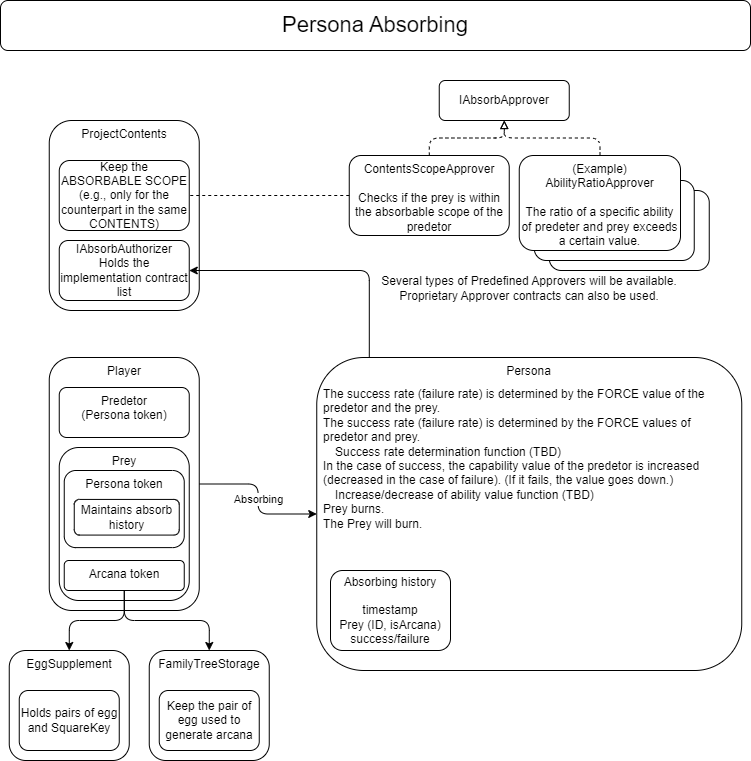
Orange-Code-Project/anicana-docs-en keeps this draw.io diagram as source/img/PERSONA/personaAbsorb.png. Above is the earlier version. Source tidied: cells renumbered, new cells last; positions are measured from the earlier drawing's top-left corner, leaving out a move shared by most shapes.
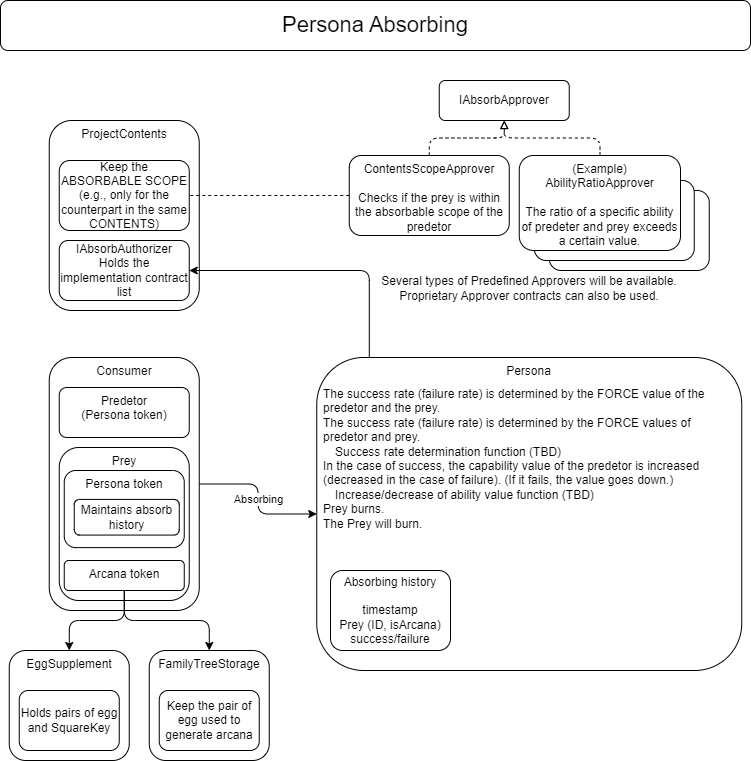
The same diagram one commit later.

Diff of the diagram source:
```diff
@@ -11,7 +11,7 @@
     <mxCell id="4" value="Absorbing" style="edgeStyle=orthogonalEdgeStyle;html=1;entryX=0;entryY=0.5;entryDx=0;entryDy=0;endArrow=classic;endFill=1;" parent="1" edge="1" source="5" target="9">
       <mxGeometry relative="1" as="geometry" />
     </mxCell>
-    <mxCell id="5" value="Player" style="rounded=1;whiteSpace=wrap;html=1;verticalAlign=top;" parent="1" vertex="1">
+    <mxCell id="5" value="Consumer" style="rounded=1;whiteSpace=wrap;html=1;verticalAlign=top;" parent="1" vertex="1">
       <mxGeometry x="48.8" y="357" width="150" height="253" as="geometry" />
     </mxCell>
     <mxCell id="6" style="group;" parent="1" vertex="1">
```
